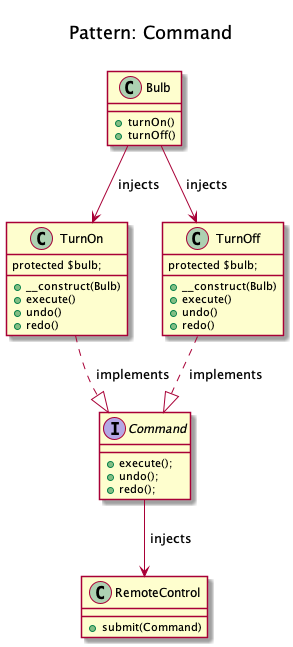
The PlantUML diagram patterns/behavioral/command/kamran-ahmed/diagram.png in rosselli/design-patterns-implemented.concepts, before a commit. Source of this version:
```plantuml
@startuml
    Title <size:20>\nPattern: Command\n

    interface Command {
        + execute();
        + undo();
        + redo();
    }

    class Bulb {
        + turnOn()
        + turnOff()
    }

    class TurnOn {
        protected $bulb;
        + __construct(Bulb)
        + execute()
        + undo()
        + redo()
    }

    class TurnOff {
        protected $bulb;
        + __construct(Bulb)
        + execute()
        + undo()
        + redo()
    }

    class RemoteControl {
        + submit(Command)
    }

    TurnOn ..|> Command: " implements"
    TurnOff ..|> Command: " implements"
    Bulb --> TurnOn: " injects"
    Bulb --> TurnOff: " injects"
    Command --> RemoteControl: " injects"
@enduml
```
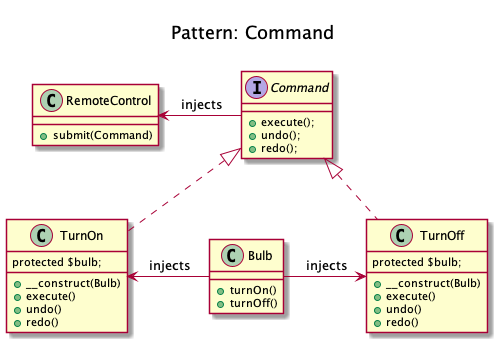
Above is the later version.

What changed in the source:
```diff
@@ -12,7 +12,7 @@
         + turnOff()
     }
 
-    class TurnOn {
+    class TurnOn implements Command {
         protected $bulb;
         + __construct(Bulb)
         + execute()
@@ -20,7 +20,7 @@
         + redo()
     }
 
-    class TurnOff {
+    class TurnOff implements Command {
         protected $bulb;
         + __construct(Bulb)
         + execute()
@@ -32,9 +32,7 @@
         + submit(Command)
     }
 
-    TurnOn ..|> Command: " implements"
-    TurnOff ..|> Command: " implements"
-    Bulb --> TurnOn: " injects"
-    Bulb --> TurnOff: " injects"
-    Command --> RemoteControl: " injects"
+    Bulb -left-> TurnOn: " injects"
+    Bulb -right-> TurnOff: " injects"
+    Command -left-> RemoteControl: " injects"
 @enduml
```
